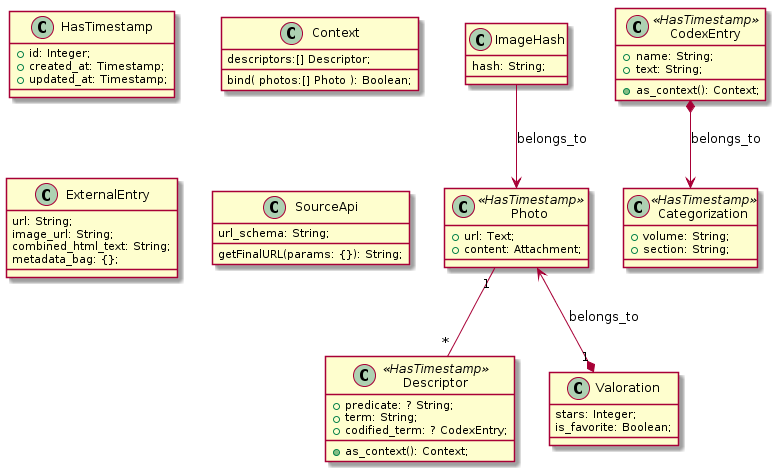
Earlier version of the PlantUML export out/model/Model.png (mizhal/imagedb).
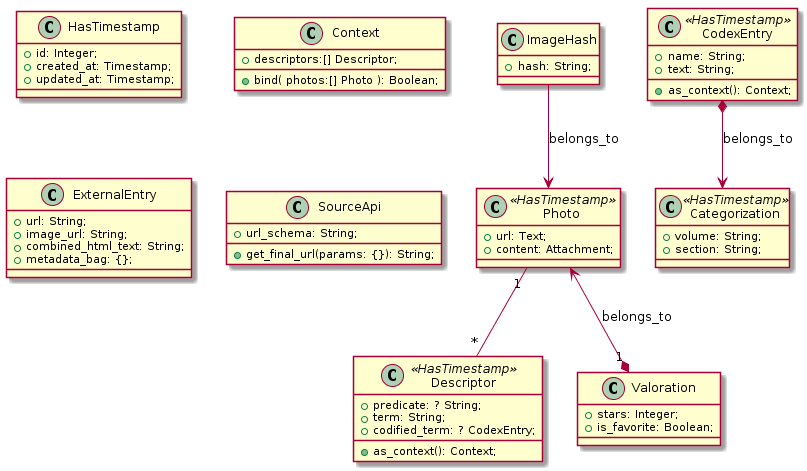
After the change.

Diff of the diagram source:
```diff
@@ -32,31 +32,31 @@
 }
 
 class ImageHash {
-    hash: String;
+    + hash: String;
 }
 
 class Valoration{
-    stars: Integer;
-    is_favorite: Boolean;
+    + stars: Integer;
+    + is_favorite: Boolean;
 }
 
 class Context{
-    descriptors:[] Descriptor;
+    + descriptors:[] Descriptor;
 
-    bind( photos:[] Photo ): Boolean;
+    + bind( photos:[] Photo ): Boolean;
 }
 
 class ExternalEntry {
-    url: String;
-    image_url: String;
-    combined_html_text: String;
-    metadata_bag: {};
+    + url: String;
+    + image_url: String;
+    + combined_html_text: String;
+    + metadata_bag: {};
 }
 
 class SourceApi {
-    url_schema: String;
+    + url_schema: String;
 
-    getFinalURL(params: {}): String;
+    + get_final_url(params: {}): String;
 }
 
 CodexEntry *--> Categorization: belongs_to
```
